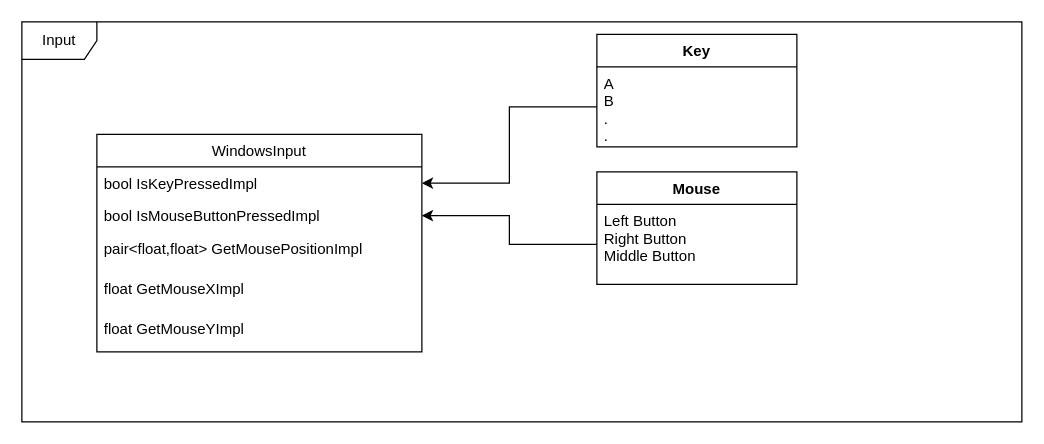
hazN/ECS_Engine keeps this draw.io diagram as page "Input" (2 of 4) of UMLDiagram.drawio. Above is the earlier version. Source tidied: cells renumbered, new cells numbered last; positions are measured from the earlier drawing's top-left corner, leaving out a move shared by most shapes. Both pictures are drawn from the tidied source at 125%, with x=0, y=0 at pixel (21, 21).
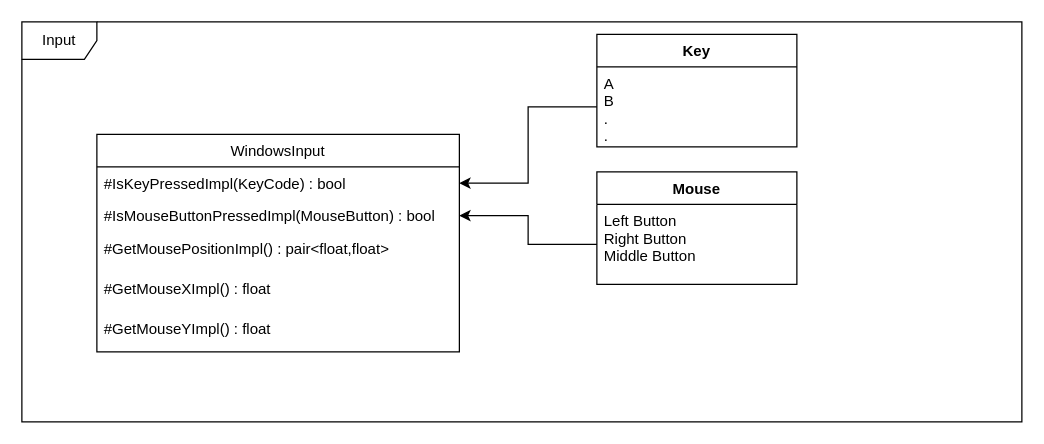
The same diagram, later.

Commit message:
Update UMLDiagram: system

What changed in the source:
```diff
@@
 <mxGraphModel>
   <root>
     <mxCell id="0" />
     <mxCell id="1" parent="0" />
     <mxCell id="2" value="Input" style="shape=umlFrame;whiteSpace=wrap;html=1;" parent="1" vertex="1">
       <mxGeometry width="800" height="320" as="geometry" />
     </mxCell>
     <mxCell id="3" value="WindowsInput" style="swimlane;fontStyle=0;horizontal=1;startSize=26;fillColor=none;" parent="1" vertex="1">
-      <mxGeometry x="60" y="90" width="260" height="174" as="geometry" />
+      <mxGeometry x="60" y="90" width="290" height="174" as="geometry" />
     </mxCell>
-    <mxCell id="4" value="bool IsKeyPressedImpl" style="text;strokeColor=none;fillColor=none;align=left;verticalAlign=top;spacingLeft=4;spacingRight=4;overflow=hidden;points=[[0,0.5],[1,0.5]];portConstraint=eastwest;" parent="3" vertex="1">
-      <mxGeometry y="26" width="260" height="26" as="geometry" />
+    <mxCell id="4" value="#IsKeyPressedImpl(KeyCode) : bool" style="text;strokeColor=none;fillColor=none;align=left;verticalAlign=top;spacingLeft=4;spacingRight=4;overflow=hidden;points=[[0,0.5],[1,0.5]];portConstraint=eastwest;" parent="3" vertex="1">
+      <mxGeometry y="26" width="290" height="26" as="geometry" />
     </mxCell>
-    <mxCell id="5" value="bool IsMouseButtonPressedImpl" style="text;strokeColor=none;fillColor=none;align=left;verticalAlign=top;spacingLeft=4;spacingRight=4;overflow=hidden;points=[[0,0.5],[1,0.5]];portConstraint=eastwest;" parent="3" vertex="1">
-      <mxGeometry y="52" width="260" height="26" as="geometry" />
+    <mxCell id="5" value="#IsMouseButtonPressedImpl(MouseButton) : bool" style="text;strokeColor=none;fillColor=none;align=left;verticalAlign=top;spacingLeft=4;spacingRight=4;overflow=hidden;points=[[0,0.5],[1,0.5]];portConstraint=eastwest;" parent="3" vertex="1">
+      <mxGeometry y="52" width="290" height="26" as="geometry" />
     </mxCell>
-    <mxCell id="6" value="pair&lt;float,float&gt; GetMousePositionImpl" style="text;strokeColor=none;fillColor=none;align=left;verticalAlign=top;spacingLeft=4;spacingRight=4;overflow=hidden;" parent="3" vertex="1">
-      <mxGeometry y="78" width="260" height="32" as="geometry" />
+    <mxCell id="6" value="#GetMousePositionImpl() : pair&lt;float,float&gt; " style="text;strokeColor=none;fillColor=none;align=left;verticalAlign=top;spacingLeft=4;spacingRight=4;overflow=hidden;" parent="3" vertex="1">
+      <mxGeometry y="78" width="290" height="32" as="geometry" />
     </mxCell>
-    <mxCell id="7" value="float GetMouseXImpl" style="text;strokeColor=none;fillColor=none;align=left;verticalAlign=top;spacingLeft=4;spacingRight=4;overflow=hidden;" parent="3" vertex="1">
-      <mxGeometry y="110" width="260" height="32" as="geometry" />
+    <mxCell id="7" value="#GetMouseXImpl() : float" style="text;strokeColor=none;fillColor=none;align=left;verticalAlign=top;spacingLeft=4;spacingRight=4;overflow=hidden;" parent="3" vertex="1">
+      <mxGeometry y="110" width="290" height="32" as="geometry" />
     </mxCell>
-    <mxCell id="8" value="float GetMouseYImpl" style="text;strokeColor=none;fillColor=none;align=left;verticalAlign=top;spacingLeft=4;spacingRight=4;overflow=hidden;" parent="3" vertex="1">
-      <mxGeometry y="142" width="260" height="32" as="geometry" />
+    <mxCell id="8" value="#GetMouseYImpl() : float" style="text;strokeColor=none;fillColor=none;align=left;verticalAlign=top;spacingLeft=4;spacingRight=4;overflow=hidden;" parent="3" vertex="1">
+      <mxGeometry y="142" width="290" height="32" as="geometry" />
     </mxCell>
     <mxCell id="9" value="Key" style="swimlane;fontStyle=1;align=center;verticalAlign=top;horizontal=1;startSize=26;" parent="1" vertex="1">
       <mxGeometry x="460" y="10" width="160" height="90" as="geometry" />
     </mxCell>
     <mxCell id="10" value="A&#10;B&#10;.&#10;.&#10;.&#10;" style="text;strokeColor=none;fillColor=none;align=left;verticalAlign=top;spacingLeft=4;spacingRight=4;overflow=hidden;points=[[0,0.5],[1,0.5]];portConstraint=eastwest;" parent="9" vertex="1">
       <mxGeometry y="26" width="160" height="64" as="geometry" />
     </mxCell>
     <mxCell id="11" style="edgeStyle=orthogonalEdgeStyle;rounded=0;jettySize=auto;html=1;exitX=0;exitY=0.5;exitDx=0;exitDy=0;" parent="1" edge="1" source="10" target="4">
       <mxGeometry relative="1" as="geometry" />
     </mxCell>
     <mxCell id="12" value="Mouse" style="swimlane;fontStyle=1;align=center;verticalAlign=top;horizontal=1;startSize=26;" parent="1" vertex="1">
       <mxGeometry x="460" y="120" width="160" height="90" as="geometry" />
     </mxCell>
     <mxCell id="13" value="Left Button&#10;Right Button&#10;Middle Button" style="text;strokeColor=none;fillColor=none;align=left;verticalAlign=top;spacingLeft=4;spacingRight=4;overflow=hidden;points=[[0,0.5],[1,0.5]];portConstraint=eastwest;" parent="12" vertex="1">
       <mxGeometry y="26" width="160" height="64" as="geometry" />
     </mxCell>
     <mxCell id="14" style="edgeStyle=orthogonalEdgeStyle;rounded=0;jettySize=auto;html=1;exitX=0;exitY=0.5;exitDx=0;exitDy=0;entryX=1;entryY=0.5;entryDx=0;entryDy=0;" parent="1" edge="1" source="13" target="5">
       <mxGeometry relative="1" as="geometry" />
     </mxCell>
   </root>
 </mxGraphModel>
```
